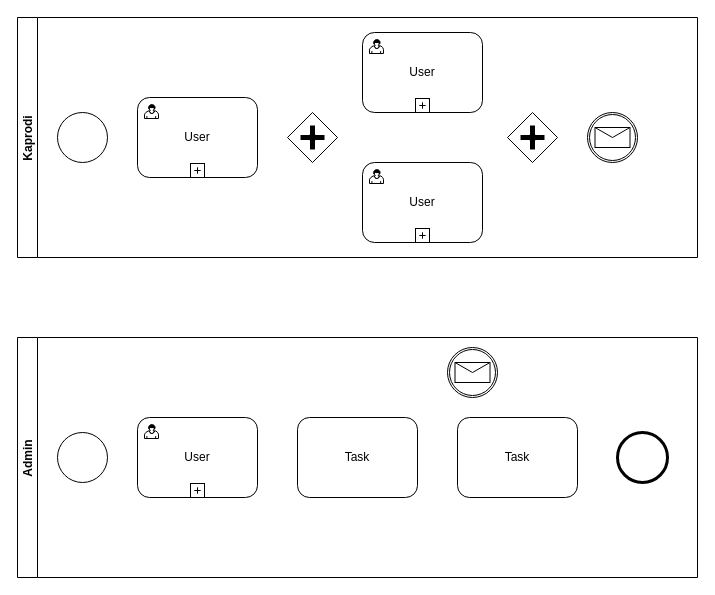
This is page "Page-2" (2 of 2) of Tugas/BPMN2.drawio from kucingtakucin/Proses-Bisnis-dan-SIM, a draw.io file, before an edit. Source tidied: cells renumbered, new cells numbered last; positions are measured from the earlier drawing's top-left corner, leaving out a move shared by most shapes. Both pictures are drawn from the tidied source at 100%, with x=0, y=0 at pixel (17, 17).
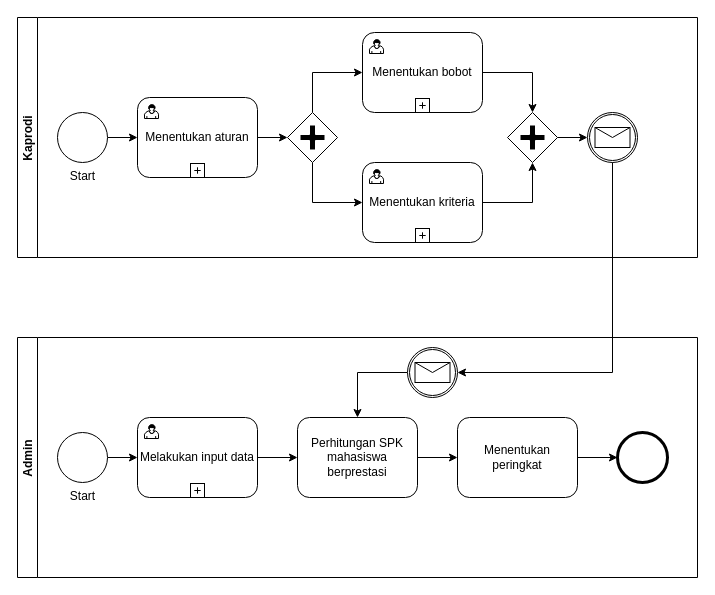
The same page after the edit.

Unchanged cells that the change refers to:
```xml
<mxCell id="2" value="Kaprodi" style="swimlane;startSize=20;horizontal=0;" parent="1" vertex="1">
  <mxGeometry width="680" height="240" as="geometry" />
</mxCell>
<mxCell id="7" style="shape=mxgraph.bpmn.shape;html=1;verticalLabelPosition=bottom;labelBackgroundColor=#ffffff;verticalAlign=top;align=center;perimeter=rhombusPerimeter;background=gateway;outlineConnect=0;outline=none;symbol=parallelGw;" parent="2" vertex="1">
  <mxGeometry x="270" y="95" width="50" height="50" as="geometry" />
</mxCell>
<mxCell id="14" style="shape=mxgraph.bpmn.shape;html=1;verticalLabelPosition=bottom;labelBackgroundColor=#ffffff;verticalAlign=top;align=center;perimeter=rhombusPerimeter;background=gateway;outlineConnect=0;outline=none;symbol=parallelGw;" parent="2" vertex="1">
  <mxGeometry x="490" y="95" width="50" height="50" as="geometry" />
</mxCell>
<mxCell id="15" style="shape=mxgraph.bpmn.shape;html=1;verticalLabelPosition=bottom;labelBackgroundColor=#ffffff;verticalAlign=top;align=center;perimeter=ellipsePerimeter;outlineConnect=0;outline=catching;symbol=message;" parent="2" vertex="1">
  <mxGeometry x="570" y="95" width="50" height="50" as="geometry" />
</mxCell>
<mxCell id="16" value="Admin" style="swimlane;startSize=20;horizontal=0;" parent="1" vertex="1">
  <mxGeometry y="320" width="680" height="240" as="geometry" />
</mxCell>
<mxCell id="24" style="shape=mxgraph.bpmn.shape;html=1;verticalLabelPosition=bottom;labelBackgroundColor=#ffffff;verticalAlign=top;align=center;perimeter=ellipsePerimeter;outlineConnect=0;outline=end;symbol=general;" parent="16" vertex="1">
  <mxGeometry x="600" y="95" width="50" height="50" as="geometry" />
</mxCell>
```

Diff of the diagram source:
```diff
@@
+    <mxCell id="25" style="edgeStyle=orthogonalEdgeStyle;rounded=0;jettySize=auto;html=1;" parent="2" edge="1" source="3" target="4">
+      <mxGeometry relative="1" as="geometry" />
+    </mxCell>
-    <mxCell id="3" style="shape=mxgraph.bpmn.shape;html=1;verticalLabelPosition=bottom;labelBackgroundColor=#ffffff;verticalAlign=top;align=center;perimeter=ellipsePerimeter;outlineConnect=0;outline=standard;symbol=general;" parent="2" vertex="1">
+    <mxCell id="3" value="Start" style="shape=mxgraph.bpmn.shape;html=1;verticalLabelPosition=bottom;labelBackgroundColor=#ffffff;verticalAlign=top;align=center;perimeter=ellipsePerimeter;outlineConnect=0;outline=standard;symbol=general;" parent="2" vertex="1">
       <mxGeometry x="40" y="95" width="50" height="50" as="geometry" />
     </mxCell>
+    <mxCell id="26" style="edgeStyle=orthogonalEdgeStyle;rounded=0;jettySize=auto;html=1;" parent="2" edge="1" source="4" target="7">
+      <mxGeometry relative="1" as="geometry" />
+    </mxCell>
-    <mxCell id="4" value="User" style="html=1;whiteSpace=wrap;rounded=1;" parent="2" vertex="1">
+    <mxCell id="4" value="Menentukan aturan" style="html=1;whiteSpace=wrap;rounded=1;" parent="2" vertex="1">
       <mxGeometry x="120" y="80" width="120" height="80" as="geometry" />
     </mxCell>
@@
+    <mxCell id="27" style="edgeStyle=orthogonalEdgeStyle;rounded=0;jettySize=auto;html=1;entryX=0;entryY=0.5;entryDx=0;entryDy=0;" parent="2" edge="1" source="7" target="8">
+      <mxGeometry relative="1" as="geometry">
+        <Array as="points">
+          <mxPoint x="295" y="55" />
+        </Array>
+      </mxGeometry>
+    </mxCell>
+    <mxCell id="28" style="edgeStyle=orthogonalEdgeStyle;rounded=0;jettySize=auto;html=1;entryX=0;entryY=0.5;entryDx=0;entryDy=0;" parent="2" edge="1" source="7" target="11">
+      <mxGeometry relative="1" as="geometry">
+        <Array as="points">
+          <mxPoint x="295" y="185" />
+        </Array>
+      </mxGeometry>
+    </mxCell>
@@
+    <mxCell id="29" style="edgeStyle=orthogonalEdgeStyle;rounded=0;jettySize=auto;html=1;entryX=0.5;entryY=0;entryDx=0;entryDy=0;" parent="2" edge="1" source="8" target="14">
+      <mxGeometry relative="1" as="geometry" />
+    </mxCell>
-    <mxCell id="8" value="User" style="html=1;whiteSpace=wrap;rounded=1;" parent="2" vertex="1">
+    <mxCell id="8" value="Menentukan bobot" style="html=1;whiteSpace=wrap;rounded=1;" parent="2" vertex="1">
       <mxGeometry x="345" y="15" width="120" height="80" as="geometry" />
     </mxCell>
@@
+    <mxCell id="30" style="edgeStyle=orthogonalEdgeStyle;rounded=0;jettySize=auto;html=1;entryX=0.5;entryY=1;entryDx=0;entryDy=0;" parent="2" edge="1" source="11" target="14">
+      <mxGeometry relative="1" as="geometry" />
+    </mxCell>
-    <mxCell id="11" value="User" style="html=1;whiteSpace=wrap;rounded=1;" parent="2" vertex="1">
+    <mxCell id="11" value="Menentukan kriteria" style="html=1;whiteSpace=wrap;rounded=1;" parent="2" vertex="1">
       <mxGeometry x="345" y="145" width="120" height="80" as="geometry" />
     </mxCell>
@@
+    <mxCell id="31" style="edgeStyle=orthogonalEdgeStyle;rounded=0;jettySize=auto;html=1;" parent="2" edge="1" source="14" target="15">
+      <mxGeometry relative="1" as="geometry" />
+    </mxCell>
@@
+    <mxCell id="32" style="edgeStyle=orthogonalEdgeStyle;rounded=0;jettySize=auto;html=1;" parent="16" edge="1" source="17" target="18">
+      <mxGeometry relative="1" as="geometry" />
+    </mxCell>
-    <mxCell id="17" style="shape=mxgraph.bpmn.shape;html=1;verticalLabelPosition=bottom;labelBackgroundColor=#ffffff;verticalAlign=top;align=center;perimeter=ellipsePerimeter;outlineConnect=0;outline=standard;symbol=general;" parent="16" vertex="1">
+    <mxCell id="17" value="Start" style="shape=mxgraph.bpmn.shape;html=1;verticalLabelPosition=bottom;labelBackgroundColor=#ffffff;verticalAlign=top;align=center;perimeter=ellipsePerimeter;outlineConnect=0;outline=standard;symbol=general;" parent="16" vertex="1">
       <mxGeometry x="40" y="95" width="50" height="50" as="geometry" />
     </mxCell>
+    <mxCell id="33" style="edgeStyle=orthogonalEdgeStyle;rounded=0;jettySize=auto;html=1;" parent="16" edge="1" source="18" target="21">
+      <mxGeometry relative="1" as="geometry" />
+    </mxCell>
-    <mxCell id="18" value="User" style="html=1;whiteSpace=wrap;rounded=1;" parent="16" vertex="1">
+    <mxCell id="18" value="Melakukan input data" style="html=1;whiteSpace=wrap;rounded=1;" parent="16" vertex="1">
       <mxGeometry x="120" y="80" width="120" height="80" as="geometry" />
     </mxCell>
@@
+    <mxCell id="34" style="edgeStyle=orthogonalEdgeStyle;rounded=0;jettySize=auto;html=1;" parent="16" edge="1" source="21" target="23">
+      <mxGeometry relative="1" as="geometry" />
+    </mxCell>
-    <mxCell id="21" value="Task" style="shape=ext;rounded=1;html=1;whiteSpace=wrap;" parent="16" vertex="1">
+    <mxCell id="21" value="Perhitungan SPK mahasiswa berprestasi" style="shape=ext;rounded=1;html=1;whiteSpace=wrap;" parent="16" vertex="1">
       <mxGeometry x="280" y="80" width="120" height="80" as="geometry" />
     </mxCell>
+    <mxCell id="35" style="edgeStyle=orthogonalEdgeStyle;rounded=0;jettySize=auto;html=1;" parent="16" edge="1" source="22" target="21">
+      <mxGeometry relative="1" as="geometry">
+        <Array as="points">
+          <mxPoint x="340" y="35" />
+        </Array>
+      </mxGeometry>
+    </mxCell>
     <mxCell id="22" style="shape=mxgraph.bpmn.shape;html=1;verticalLabelPosition=bottom;labelBackgroundColor=#ffffff;verticalAlign=top;align=center;perimeter=ellipsePerimeter;outlineConnect=0;outline=catching;symbol=message;" parent="16" vertex="1">
-      <mxGeometry x="430" y="10" width="50" height="50" as="geometry" />
+      <mxGeometry x="390" y="10" width="50" height="50" as="geometry" />
     </mxCell>
+    <mxCell id="36" style="edgeStyle=orthogonalEdgeStyle;rounded=0;jettySize=auto;html=1;entryX=0;entryY=0.5;entryDx=0;entryDy=0;" parent="16" edge="1" source="23" target="24">
+      <mxGeometry relative="1" as="geometry" />
+    </mxCell>
-    <mxCell id="23" value="Task" style="shape=ext;rounded=1;html=1;whiteSpace=wrap;" parent="16" vertex="1">
+    <mxCell id="23" value="Menentukan peringkat" style="shape=ext;rounded=1;html=1;whiteSpace=wrap;" parent="16" vertex="1">
       <mxGeometry x="440" y="80" width="120" height="80" as="geometry" />
     </mxCell>
@@
+    <mxCell id="37" style="edgeStyle=orthogonalEdgeStyle;rounded=0;jettySize=auto;html=1;entryX=1;entryY=0.5;entryDx=0;entryDy=0;exitX=0.5;exitY=1;exitDx=0;exitDy=0;" parent="1" edge="1" source="15" target="22">
+      <mxGeometry relative="1" as="geometry" />
+    </mxCell>
```
